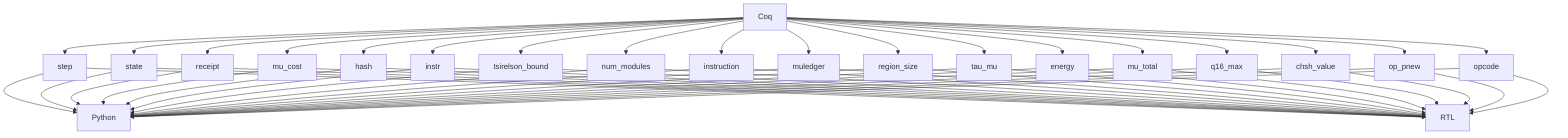
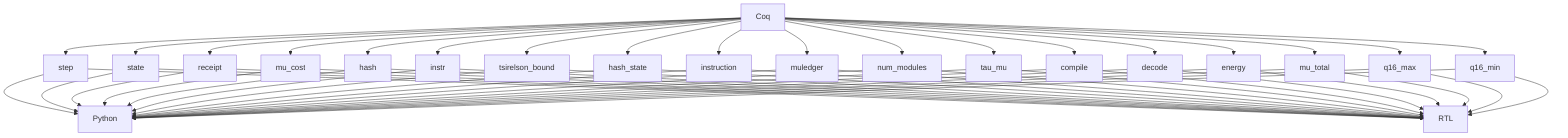
flowchart TB
  C["Coq"]
  P["Python"]
  R["RTL"]
  T1["step"]
  C --> T1
  T1 --> P
  T1 --> R
  T2["state"]
  C --> T2
  T2 --> P
  T2 --> R
  T3["receipt"]
  C --> T3
  T3 --> P
  T3 --> R
  T4["mu_cost"]
  C --> T4
  T4 --> P
  T4 --> R
  T5["hash"]
  C --> T5
  T5 --> P
  T5 --> R
  T6["instr"]
  C --> T6
  T6 --> P
  T6 --> R
  T7["tsirelson_bound"]
  C --> T7
  T7 --> P
  T7 --> R
-   T8["num_modules"]
+   T8["hash_state"]
  C --> T8
  T8 --> P
  T8 --> R
  T9["instruction"]
  C --> T9
  T9 --> P
  T9 --> R
  T10["muledger"]
  C --> T10
  T10 --> P
  T10 --> R
-   T11["region_size"]
+   T11["num_modules"]
  C --> T11
  T11 --> P
  T11 --> R
  T12["tau_mu"]
  C --> T12
  T12 --> P
  T12 --> R
-   T13["energy"]
+   T13["compile"]
  C --> T13
  T13 --> P
  T13 --> R
-   T14["mu_total"]
+   T14["decode"]
  C --> T14
  T14 --> P
  T14 --> R
-   T15["q16_max"]
+   T15["energy"]
  C --> T15
  T15 --> P
  T15 --> R
-   T16["chsh_value"]
+   T16["mu_total"]
  C --> T16
  T16 --> P
  T16 --> R
-   T17["op_pnew"]
+   T17["q16_max"]
  C --> T17
  T17 --> P
  T17 --> R
-   T18["opcode"]
+   T18["q16_min"]
  C --> T18
  T18 --> P
  T18 --> R
